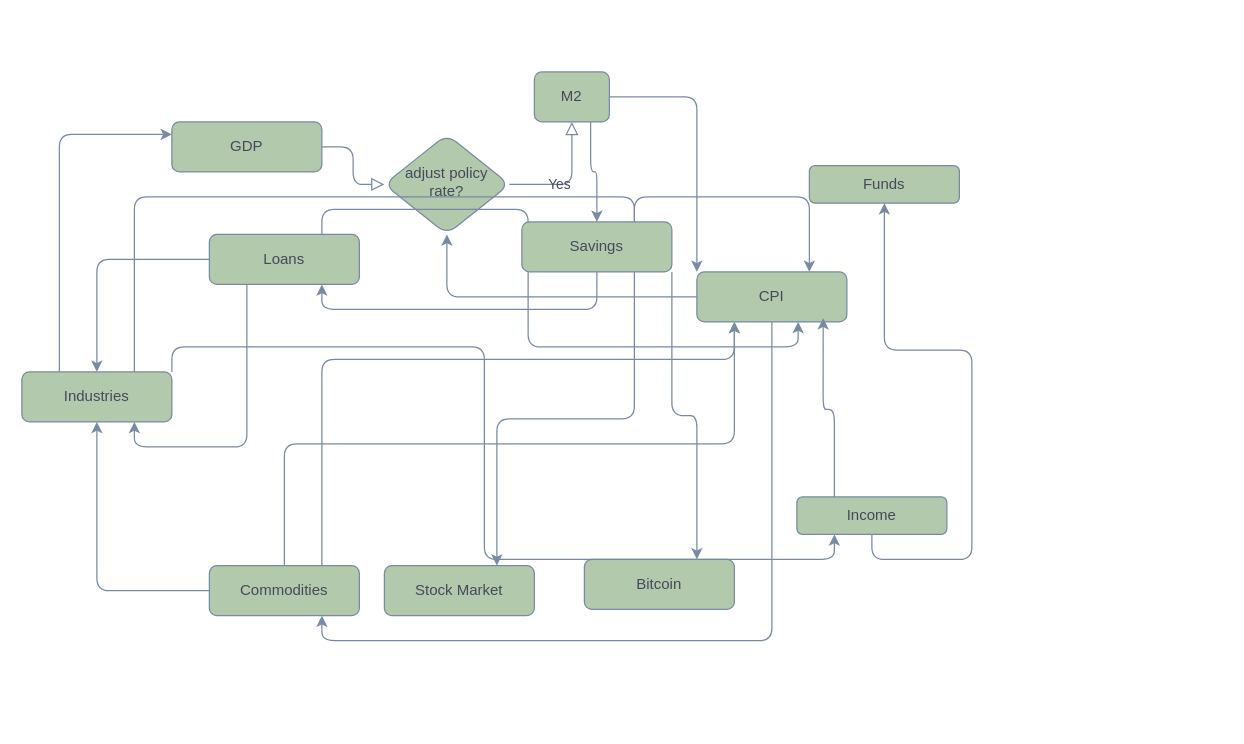
This is concept.drawio from quantalucia/qli, a draw.io file, before an edit. Source tidied: cells renumbered, new cells numbered last; positions are measured from the earlier drawing's top-left corner, leaving out a move shared by most shapes. Both pictures are drawn from the tidied source at 125%, with x=0, y=0 at pixel (21, 71).
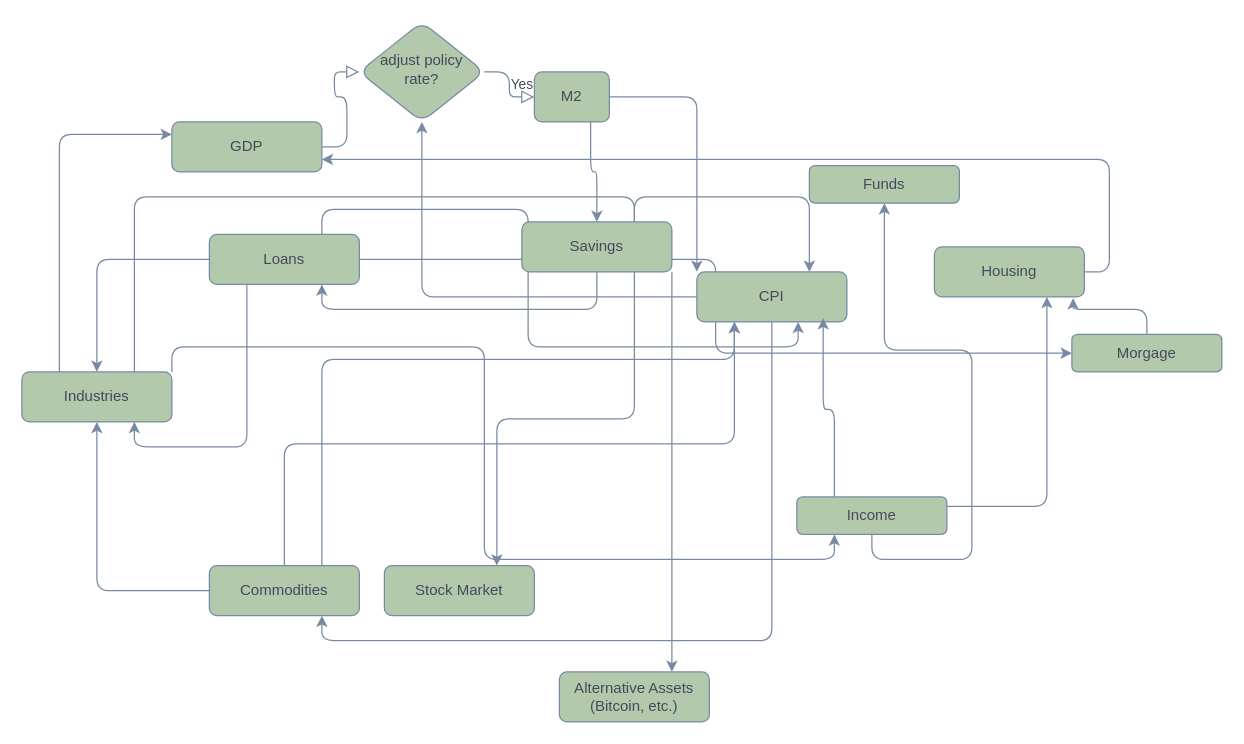
Above is the later version.

Unchanged cells that the change refers to:
```xml
<mxCell id="3" value="GDP" style="rounded=1;whiteSpace=wrap;html=1;fontSize=12;glass=0;strokeWidth=1;shadow=0;fillColor=#B2C9AB;strokeColor=#788AA3;fontColor=#46495D;" parent="1" vertex="1">
  <mxGeometry x="120" y="40" width="120" height="40" as="geometry" />
</mxCell>
<mxCell id="12" value="Loans" style="rounded=1;whiteSpace=wrap;html=1;fontSize=12;glass=0;strokeWidth=1;shadow=0;fillColor=#B2C9AB;strokeColor=#788AA3;fontColor=#46495D;" parent="1" vertex="1">
  <mxGeometry x="150" y="130" width="120" height="40" as="geometry" />
</mxCell>
<mxCell id="27" value="Income" style="rounded=1;whiteSpace=wrap;html=1;fontSize=12;glass=0;strokeWidth=1;shadow=0;fillColor=#B2C9AB;strokeColor=#788AA3;fontColor=#46495D;" parent="1" vertex="1">
  <mxGeometry x="620" y="340" width="120" height="30" as="geometry" />
</mxCell>
```

The edit, as a diff of the source:
```diff
@@
     <mxCell id="5" value="adjust policy rate?" style="rhombus;whiteSpace=wrap;html=1;shadow=0;fontFamily=Helvetica;fontSize=12;align=center;strokeWidth=1;spacing=6;spacingTop=-4;fillColor=#B2C9AB;strokeColor=#788AA3;fontColor=#46495D;rounded=1;" parent="1" vertex="1">
-      <mxGeometry x="290" y="50" width="100" height="80" as="geometry" />
+      <mxGeometry x="270" y="-40" width="100" height="80" as="geometry" />
     </mxCell>
@@
+    <mxCell id="35" style="edgeStyle=orthogonalEdgeStyle;rounded=1;jettySize=auto;html=1;exitX=1;exitY=0.5;exitDx=0;exitDy=0;entryX=0;entryY=0.5;entryDx=0;entryDy=0;fontColor=#46495D;strokeColor=#788AA3;fillColor=#B2C9AB;" parent="1" edge="1" source="12" target="40">
+      <mxGeometry relative="1" as="geometry" />
+    </mxCell>
@@
-    <mxCell id="24" value="Bitcoin" style="rounded=1;whiteSpace=wrap;html=1;fontSize=12;glass=0;strokeWidth=1;shadow=0;fillColor=#B2C9AB;strokeColor=#788AA3;fontColor=#46495D;" parent="1" vertex="1">
-      <mxGeometry x="450" y="390" width="120" height="40" as="geometry" />
+    <mxCell id="24" value="Alternative Assets&lt;br&gt;(Bitcoin, etc.)" style="rounded=1;whiteSpace=wrap;html=1;fontSize=12;glass=0;strokeWidth=1;shadow=0;fillColor=#B2C9AB;strokeColor=#788AA3;fontColor=#46495D;" parent="1" vertex="1">
+      <mxGeometry x="430" y="480" width="120" height="40" as="geometry" />
     </mxCell>
@@
+    <mxCell id="36" style="edgeStyle=orthogonalEdgeStyle;rounded=1;jettySize=auto;html=1;exitX=1;exitY=0.25;exitDx=0;exitDy=0;entryX=0.75;entryY=1;entryDx=0;entryDy=0;fontColor=#46495D;strokeColor=#788AA3;fillColor=#B2C9AB;" parent="1" edge="1" source="27" target="38">
+      <mxGeometry relative="1" as="geometry" />
+    </mxCell>
@@
+    <mxCell id="37" style="edgeStyle=orthogonalEdgeStyle;rounded=1;jettySize=auto;html=1;exitX=1;exitY=0.5;exitDx=0;exitDy=0;entryX=1;entryY=0.75;entryDx=0;entryDy=0;fontColor=#46495D;strokeColor=#788AA3;fillColor=#B2C9AB;" parent="1" edge="1" source="38" target="3">
+      <mxGeometry relative="1" as="geometry" />
+    </mxCell>
+    <mxCell id="38" value="Housing" style="rounded=1;whiteSpace=wrap;html=1;fontSize=12;glass=0;strokeWidth=1;shadow=0;fillColor=#B2C9AB;strokeColor=#788AA3;fontColor=#46495D;" parent="1" vertex="1">
+      <mxGeometry x="730" y="140" width="120" height="40" as="geometry" />
+    </mxCell>
+    <mxCell id="39" style="edgeStyle=orthogonalEdgeStyle;rounded=1;jettySize=auto;html=1;exitX=0.5;exitY=0;exitDx=0;exitDy=0;entryX=0.925;entryY=1.025;entryDx=0;entryDy=0;entryPerimeter=0;fontColor=#46495D;strokeColor=#788AA3;fillColor=#B2C9AB;" parent="1" edge="1" source="40" target="38">
+      <mxGeometry relative="1" as="geometry" />
+    </mxCell>
+    <mxCell id="40" value="Morgage" style="rounded=1;whiteSpace=wrap;html=1;fontSize=12;glass=0;strokeWidth=1;shadow=0;fillColor=#B2C9AB;strokeColor=#788AA3;fontColor=#46495D;" parent="1" vertex="1">
+      <mxGeometry x="840" y="210" width="120" height="30" as="geometry" />
+    </mxCell>
```
